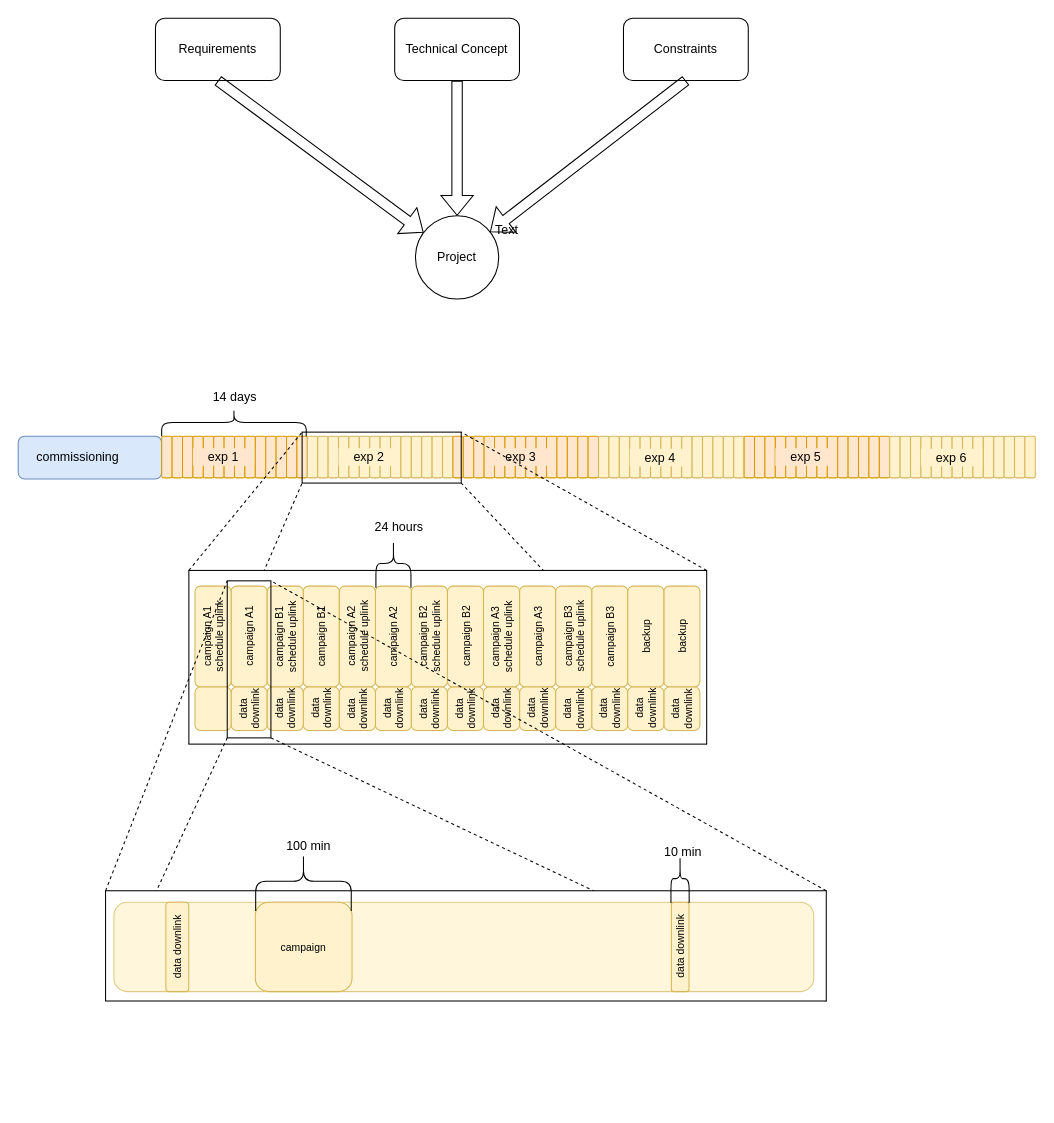
Above: AI4SpaceManuscript.drawio in JanThoemel/drawIO (draw.io), before the change. Source tidied: cells renumbered, new cells numbered last; positions are measured from the earlier drawing's top-left corner, leaving out a move shared by most shapes. Both pictures are drawn from the tidied source at 104%, with x=0, y=0 at pixel (18, 18).
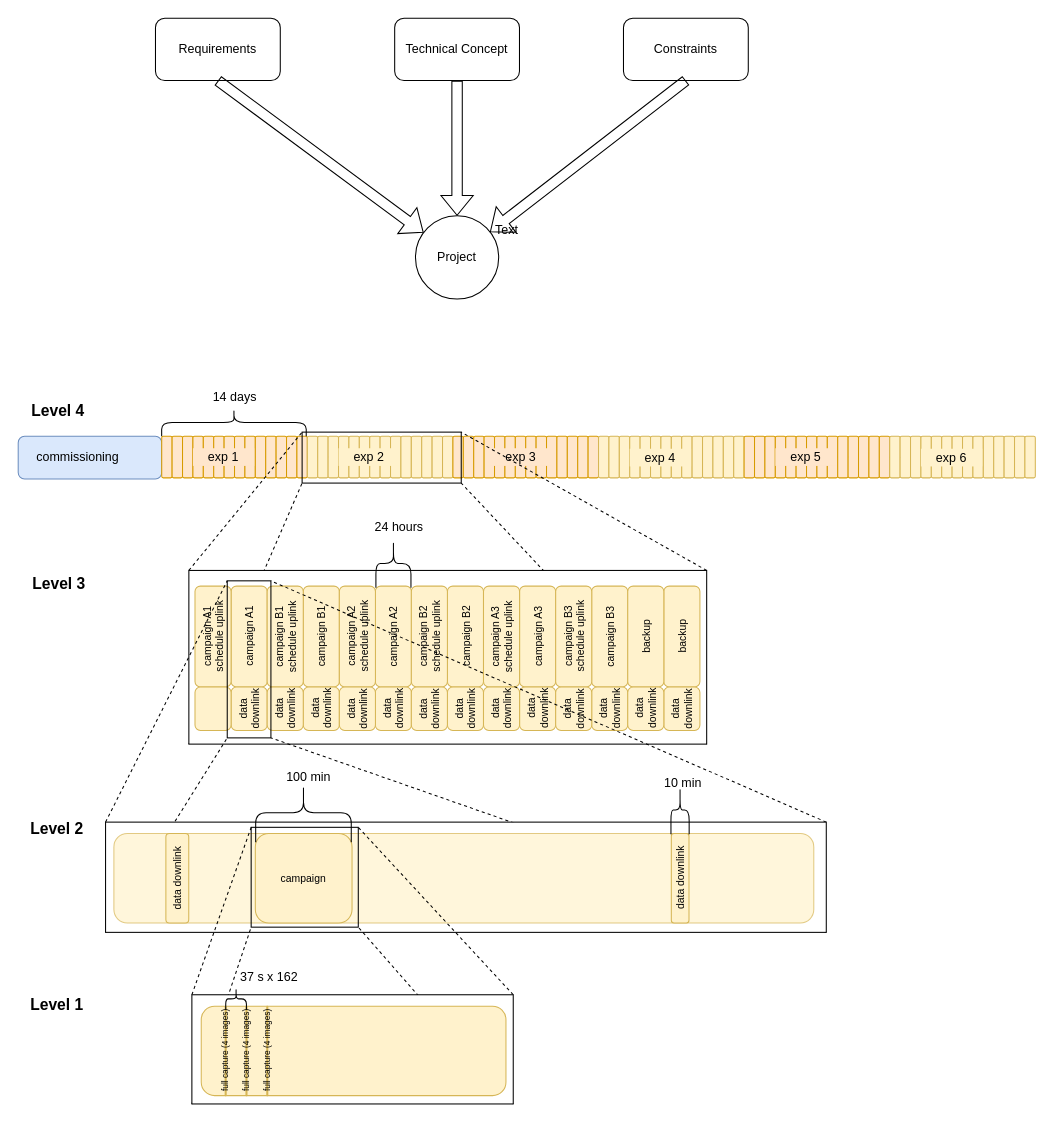
After the change.

What changed in the source:
```diff
@@
+    <mxCell id="146" style="shape=curlyBracket;whiteSpace=wrap;html=1;rounded=1;labelPosition=left;verticalLabelPosition=middle;align=right;verticalAlign=middle;rotation=90;" parent="1" vertex="1">
+      <mxGeometry x="337.4" y="507.5" width="46.8" height="33.7" as="geometry" />
+    </mxCell>
+    <mxCell id="147" value="24 hours" style="text;html=1;strokeColor=none;fillColor=none;align=center;verticalAlign=middle;whiteSpace=wrap;rounded=0;" parent="1" vertex="1">
+      <mxGeometry x="337.1" y="481" width="59" height="17" as="geometry" />
+    </mxCell>
+    <mxCell id="156" value="Level 4" style="text;html=1;strokeColor=none;fillColor=none;align=center;verticalAlign=middle;whiteSpace=wrap;rounded=0;fontStyle=1;fontSize=15;" parent="1" vertex="1">
+      <mxGeometry x="9" y="368" width="59" height="17" as="geometry" />
+    </mxCell>
+    <mxCell id="157" value="Level 3" style="text;html=1;strokeColor=none;fillColor=none;align=center;verticalAlign=middle;whiteSpace=wrap;rounded=0;fontStyle=1;fontSize=15;" parent="1" vertex="1">
+      <mxGeometry x="10" y="534" width="59" height="17" as="geometry" />
+    </mxCell>
@@
     <mxCell id="145" style="rounded=0;whiteSpace=wrap;html=1;" parent="1" vertex="1">
-      <mxGeometry x="84" y="839" width="693" height="106" as="geometry" />
+      <mxGeometry x="84" y="773" width="693" height="106" as="geometry" />
     </mxCell>
-    <mxCell id="146" style="shape=curlyBracket;whiteSpace=wrap;html=1;rounded=1;labelPosition=left;verticalLabelPosition=middle;align=right;verticalAlign=middle;rotation=90;" parent="1" vertex="1">
-      <mxGeometry x="337.4" y="507.5" width="46.8" height="33.7" as="geometry" />
-    </mxCell>
-    <mxCell id="147" value="24 hours" style="text;html=1;strokeColor=none;fillColor=none;align=center;verticalAlign=middle;whiteSpace=wrap;rounded=0;" parent="1" vertex="1">
-      <mxGeometry x="337.1" y="481" width="59" height="17" as="geometry" />
-    </mxCell>
     <mxCell id="148" style="rounded=1;whiteSpace=wrap;html=1;fillColor=#fff2cc;strokeColor=#d6b656;horizontal=1;fontSize=10;opacity=70;" parent="1" vertex="1">
-      <mxGeometry x="92" y="850" width="673" height="86" as="geometry" />
+      <mxGeometry x="92" y="784" width="673" height="86" as="geometry" />
     </mxCell>
+    <mxCell id="150" value="campaign" style="rounded=1;whiteSpace=wrap;html=1;fillColor=#fff2cc;strokeColor=#d6b656;horizontal=1;fontSize=10;" parent="1" vertex="1">
+      <mxGeometry x="228" y="784" width="93" height="86" as="geometry" />
+    </mxCell>
+    <mxCell id="158" style="rounded=0;whiteSpace=wrap;html=1;fillColor=none;" parent="1" vertex="1">
+      <mxGeometry x="224" y="778" width="103" height="96" as="geometry" />
+    </mxCell>
     <mxCell id="149" value="data downlink" style="rounded=1;whiteSpace=wrap;html=1;fillColor=#fff2cc;strokeColor=#d6b656;horizontal=0;fontSize=10;" parent="1" vertex="1">
-      <mxGeometry x="142" y="850" width="22" height="86" as="geometry" />
+      <mxGeometry x="142" y="784" width="22" height="86" as="geometry" />
     </mxCell>
-    <mxCell id="150" value="campaign" style="rounded=1;whiteSpace=wrap;html=1;fillColor=#fff2cc;strokeColor=#d6b656;horizontal=1;fontSize=10;" parent="1" vertex="1">
-      <mxGeometry x="228" y="850" width="93" height="86" as="geometry" />
-    </mxCell>
     <mxCell id="151" value="data downlink" style="rounded=1;whiteSpace=wrap;html=1;fillColor=#fff2cc;strokeColor=#d6b656;horizontal=0;fontSize=10;" parent="1" vertex="1">
-      <mxGeometry x="628" y="850" width="17" height="86" as="geometry" />
+      <mxGeometry x="628" y="784" width="17" height="86" as="geometry" />
     </mxCell>
     <mxCell id="152" style="shape=curlyBracket;whiteSpace=wrap;html=1;rounded=1;labelPosition=left;verticalLabelPosition=middle;align=right;verticalAlign=middle;rotation=90;" parent="1" vertex="1">
-      <mxGeometry x="245.8" y="784" width="57" height="91.9" as="geometry" />
+      <mxGeometry x="245.8" y="718" width="57" height="91.9" as="geometry" />
     </mxCell>
     <mxCell id="153" value="100 min" style="text;html=1;strokeColor=none;fillColor=none;align=center;verticalAlign=middle;whiteSpace=wrap;rounded=0;" parent="1" vertex="1">
-      <mxGeometry x="249.8" y="787" width="59" height="17" as="geometry" />
+      <mxGeometry x="249.8" y="721" width="59" height="17" as="geometry" />
     </mxCell>
     <mxCell id="154" style="shape=curlyBracket;whiteSpace=wrap;html=1;rounded=1;labelPosition=left;verticalLabelPosition=middle;align=right;verticalAlign=middle;rotation=90;" parent="1" vertex="1">
-      <mxGeometry x="613" y="818.6" width="46.8" height="17.5" as="geometry" />
+      <mxGeometry x="613" y="752.6" width="46.8" height="17.5" as="geometry" />
     </mxCell>
     <mxCell id="155" value="10 min" style="text;html=1;strokeColor=none;fillColor=none;align=center;verticalAlign=middle;whiteSpace=wrap;rounded=0;" parent="1" vertex="1">
-      <mxGeometry x="609.5" y="793.5" width="59" height="17" as="geometry" />
+      <mxGeometry x="609.5" y="727.5" width="59" height="17" as="geometry" />
     </mxCell>
+    <mxCell id="159" value="Level 2" style="text;html=1;strokeColor=none;fillColor=none;align=center;verticalAlign=middle;whiteSpace=wrap;rounded=0;fontStyle=1;fontSize=15;" parent="1" vertex="1">
+      <mxGeometry x="8" y="770" width="59" height="17" as="geometry" />
+    </mxCell>
+    <mxCell id="160" value="Level 1" style="text;html=1;strokeColor=none;fillColor=none;align=center;verticalAlign=middle;whiteSpace=wrap;rounded=0;fontStyle=1;fontSize=15;" parent="1" vertex="1">
+      <mxGeometry x="8" y="939" width="59" height="17" as="geometry" />
+    </mxCell>
+    <mxCell id="161" style="endArrow=none;dashed=1;html=1;rounded=0;exitX=0;exitY=1;exitDx=0;exitDy=0;entryX=0;entryY=1;entryDx=0;entryDy=0;" parent="1" edge="1" source="165" target="158">
+      <mxGeometry relative="1" as="geometry" />
+    </mxCell>
+    <mxCell id="162" style="endArrow=none;dashed=1;html=1;rounded=0;exitX=0;exitY=0;exitDx=0;exitDy=0;entryX=0;entryY=0;entryDx=0;entryDy=0;" parent="1" edge="1" source="165" target="158">
+      <mxGeometry relative="1" as="geometry" />
+    </mxCell>
+    <mxCell id="163" style="endArrow=none;dashed=1;html=1;rounded=0;exitX=1;exitY=0;exitDx=0;exitDy=0;entryX=1;entryY=0;entryDx=0;entryDy=0;" parent="1" edge="1" source="165" target="158">
+      <mxGeometry relative="1" as="geometry" />
+    </mxCell>
+    <mxCell id="164" style="endArrow=none;dashed=1;html=1;rounded=0;exitX=1;exitY=1;exitDx=0;exitDy=0;entryX=1;entryY=1;entryDx=0;entryDy=0;" parent="1" edge="1" source="165" target="158">
+      <mxGeometry relative="1" as="geometry" />
+    </mxCell>
+    <mxCell id="165" style="rounded=0;whiteSpace=wrap;html=1;" parent="1" vertex="1">
+      <mxGeometry x="167" y="939" width="309" height="105" as="geometry" />
+    </mxCell>
+    <mxCell id="166" style="rounded=1;whiteSpace=wrap;html=1;fillColor=#fff2cc;strokeColor=#d6b656;horizontal=1;fontSize=10;" parent="1" vertex="1">
+      <mxGeometry x="176" y="950" width="293" height="86" as="geometry" />
+    </mxCell>
+    <mxCell id="167" value="full capture (4 images)" style="rounded=1;whiteSpace=wrap;html=1;fillColor=#fff2cc;strokeColor=#d6b656;horizontal=0;fontSize=8;" parent="1" vertex="1">
+      <mxGeometry x="199" y="950" width="1" height="86" as="geometry" />
+    </mxCell>
+    <mxCell id="168" value="full capture (4 images)" style="rounded=1;whiteSpace=wrap;html=1;fillColor=#fff2cc;strokeColor=#d6b656;horizontal=0;fontSize=8;" parent="1" vertex="1">
+      <mxGeometry x="219" y="950" width="1" height="86" as="geometry" />
+    </mxCell>
+    <mxCell id="169" value="full capture (4 images)" style="rounded=1;whiteSpace=wrap;html=1;fillColor=#fff2cc;strokeColor=#d6b656;horizontal=0;fontSize=8;" parent="1" vertex="1">
+      <mxGeometry x="239" y="950" width="1" height="86" as="geometry" />
+    </mxCell>
+    <mxCell id="170" style="shape=curlyBracket;whiteSpace=wrap;html=1;rounded=1;labelPosition=left;verticalLabelPosition=middle;align=right;verticalAlign=middle;rotation=90;" parent="1" vertex="1">
+      <mxGeometry x="199" y="933" width="21" height="19.9" as="geometry" />
+    </mxCell>
+    <mxCell id="171" value="37 s x 162" style="text;html=1;strokeColor=none;fillColor=none;align=center;verticalAlign=middle;whiteSpace=wrap;rounded=0;" parent="1" vertex="1">
+      <mxGeometry x="208" y="913" width="67" height="17" as="geometry" />
+    </mxCell>
```
